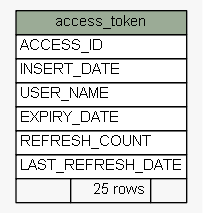
The Graphviz diagram docs/database/schemaspy/graphs/summary/access_token.1degree.png in engineerscraft/hrms, before a commit. Its source is kept beside it as docs/database/schemaspy/graphs/summary/access_token.1degree.dot.
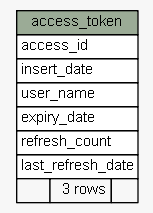
The same diagram one commit later.

What changed in the source:
```diff
@@ -15,13 +15,13 @@
     label=<
     <TABLE BORDER="0" CELLBORDER="1" CELLSPACING="0" BGCOLOR="#ffffff">
       <TR><TD PORT="access_token.heading" COLSPAN="3" BGCOLOR="#9bab96" ALIGN="CENTER">access_token</TD></TR>
-      <TR><TD PORT="ACCESS_ID" COLSPAN="3" ALIGN="LEFT">ACCESS_ID</TD></TR>
-      <TR><TD PORT="INSERT_DATE" COLSPAN="3" ALIGN="LEFT">INSERT_DATE</TD></TR>
-      <TR><TD PORT="USER_NAME" COLSPAN="3" ALIGN="LEFT">USER_NAME</TD></TR>
-      <TR><TD PORT="EXPIRY_DATE" COLSPAN="3" ALIGN="LEFT">EXPIRY_DATE</TD></TR>
-      <TR><TD PORT="REFRESH_COUNT" COLSPAN="3" ALIGN="LEFT">REFRESH_COUNT</TD></TR>
-      <TR><TD PORT="LAST_REFRESH_DATE" COLSPAN="3" ALIGN="LEFT">LAST_REFRESH_DATE</TD></TR>
-      <TR><TD ALIGN="LEFT" BGCOLOR="#f7f7f7">  </TD><TD ALIGN="RIGHT" BGCOLOR="#f7f7f7">25 rows</TD><TD ALIGN="RIGHT" BGCOLOR="#f7f7f7">  </TD></TR>
+      <TR><TD PORT="access_id" COLSPAN="3" ALIGN="LEFT">access_id</TD></TR>
+      <TR><TD PORT="insert_date" COLSPAN="3" ALIGN="LEFT">insert_date</TD></TR>
+      <TR><TD PORT="user_name" COLSPAN="3" ALIGN="LEFT">user_name</TD></TR>
+      <TR><TD PORT="expiry_date" COLSPAN="3" ALIGN="LEFT">expiry_date</TD></TR>
+      <TR><TD PORT="refresh_count" COLSPAN="3" ALIGN="LEFT">refresh_count</TD></TR>
+      <TR><TD PORT="last_refresh_date" COLSPAN="3" ALIGN="LEFT">last_refresh_date</TD></TR>
+      <TR><TD ALIGN="LEFT" BGCOLOR="#f7f7f7">  </TD><TD ALIGN="RIGHT" BGCOLOR="#f7f7f7">3 rows</TD><TD ALIGN="RIGHT" BGCOLOR="#f7f7f7">  </TD></TR>
     </TABLE>>
     URL="tables/access_token.html#"
     tooltip="access_token"
```
